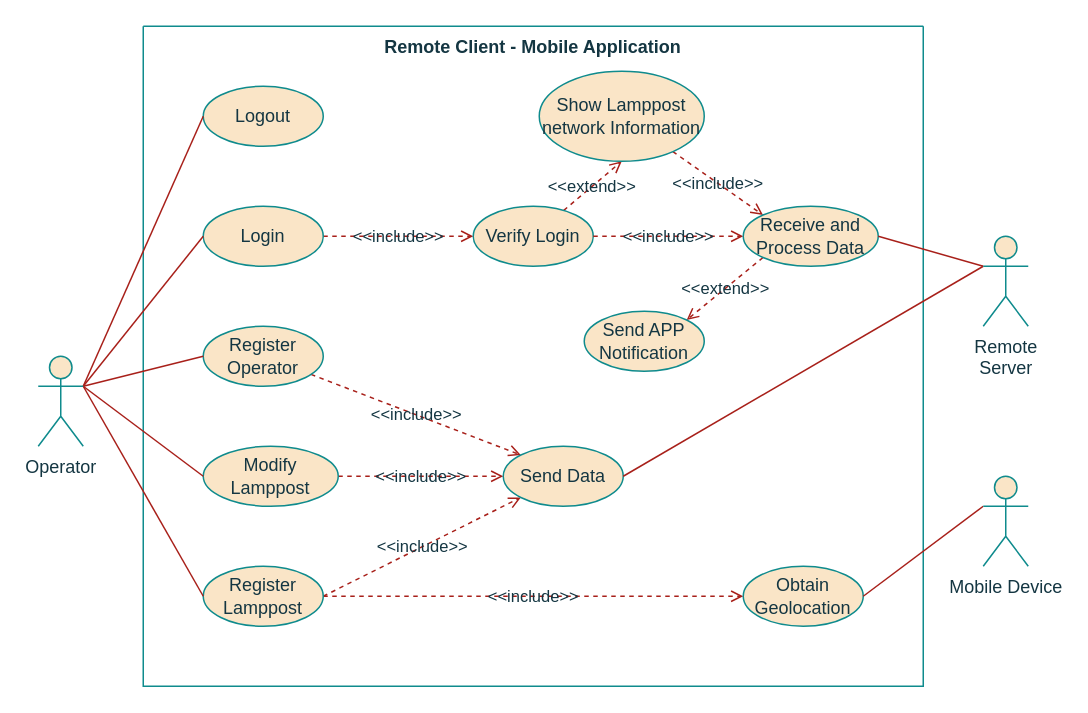
Before: page "AppSystem_UseCases" (1 of 6) of project/report/flowcharts/RemoteSystem.drawio in ESRGgroup9/slipad, a draw.io diagram. Source tidied: cells renumbered, new cells numbered last; positions are measured from the earlier drawing's top-left corner, leaving out a move shared by most shapes. Both pictures are drawn from the tidied source at 150%, with x=0, y=0 at pixel (38, 26).
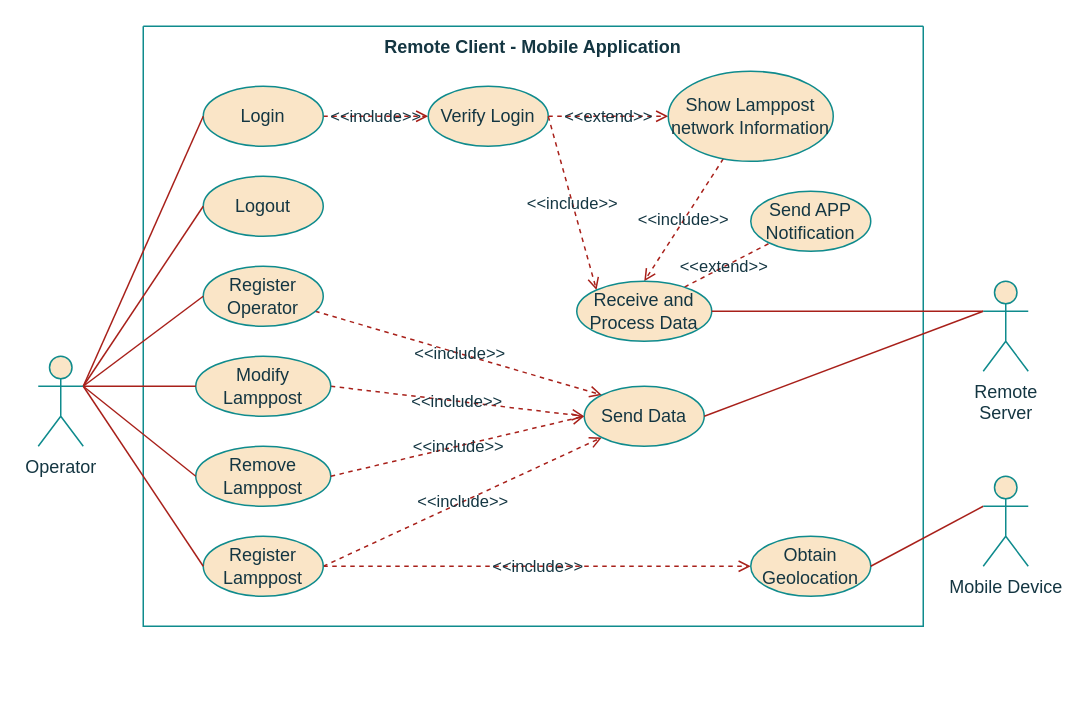
The same diagram, later.

Unchanged cells that the change refers to:
```xml
<mxCell id="30" value="Operator" style="shape=umlActor;verticalLabelPosition=bottom;verticalAlign=top;html=1;outlineConnect=0;fillColor=#FAE5C7;strokeColor=#0F8B8D;fontColor=#143642;" parent="1" vertex="1">
  <mxGeometry y="220" width="30" height="60" as="geometry" />
</mxCell>
```

The edit, as a diff of the source:
```diff
@@
     <mxCell id="2" value="Remote Client - Mobile Application " style="swimlane;startSize=0;verticalAlign=top;fillColor=#FAE5C7;strokeColor=#0F8B8D;fontColor=#143642;" parent="1" vertex="1">
-      <mxGeometry x="70" width="520" height="440" as="geometry" />
+      <mxGeometry x="70" width="520" height="400" as="geometry" />
     </mxCell>
-    <mxCell id="3" value="&amp;lt;&amp;lt;include&amp;gt;&amp;gt;" style="edgeStyle=none;rounded=0;jettySize=auto;html=1;entryX=0;entryY=0.5;entryDx=0;entryDy=0;dashed=1;endArrow=open;endFill=0;labelBackgroundColor=none;strokeColor=#A8201A;fontColor=#143642;" parent="2" edge="1" source="4" target="16">
+    <mxCell id="3" value="&amp;lt;&amp;lt;include&amp;gt;&amp;gt;" style="edgeStyle=none;rounded=0;jettySize=auto;html=1;entryX=0;entryY=0.5;entryDx=0;entryDy=0;dashed=1;endArrow=open;endFill=0;labelBackgroundColor=none;strokeColor=#A8201A;fontColor=#143642;exitX=1;exitY=0.5;exitDx=0;exitDy=0;" parent="2" edge="1" source="5" target="16">
       <mxGeometry relative="1" as="geometry" />
     </mxCell>
-    <mxCell id="4" value="Login" style="ellipse;whiteSpace=wrap;html=1;fillColor=#FAE5C7;strokeColor=#0F8B8D;fontColor=#143642;" parent="2" vertex="1">
-      <mxGeometry x="40" y="120" width="80" height="40" as="geometry" />
+    <mxCell id="4" value="Logout" style="ellipse;whiteSpace=wrap;html=1;fillColor=#FAE5C7;strokeColor=#0F8B8D;fontColor=#143642;" parent="2" vertex="1">
+      <mxGeometry x="40" y="100" width="80" height="40" as="geometry" />
     </mxCell>
-    <mxCell id="5" value="Logout" style="ellipse;whiteSpace=wrap;html=1;fillColor=#FAE5C7;strokeColor=#0F8B8D;fontColor=#143642;" parent="2" vertex="1">
+    <mxCell id="5" value="Login" style="ellipse;whiteSpace=wrap;html=1;fillColor=#FAE5C7;strokeColor=#0F8B8D;fontColor=#143642;" parent="2" vertex="1">
       <mxGeometry x="40" y="40" width="80" height="40" as="geometry" />
     </mxCell>
@@
     <mxCell id="7" value="Register Operator" style="ellipse;whiteSpace=wrap;html=1;fillColor=#FAE5C7;strokeColor=#0F8B8D;fontColor=#143642;" parent="2" vertex="1">
-      <mxGeometry x="40" y="200" width="80" height="40" as="geometry" />
+      <mxGeometry x="40" y="160" width="80" height="40" as="geometry" />
     </mxCell>
@@
     <mxCell id="9" value="&lt;div&gt;Modify Lamppost&lt;br&gt;&lt;/div&gt;" style="ellipse;whiteSpace=wrap;html=1;fillColor=#FAE5C7;strokeColor=#0F8B8D;fontColor=#143642;" parent="2" vertex="1">
-      <mxGeometry x="40" y="280" width="90" height="40" as="geometry" />
+      <mxGeometry x="35" y="220" width="90" height="40" as="geometry" />
     </mxCell>
     <mxCell id="10" value="&amp;lt;&amp;lt;include&amp;gt;&amp;gt;" style="edgeStyle=none;rounded=0;jettySize=auto;html=1;entryX=0;entryY=0.5;entryDx=0;entryDy=0;dashed=1;endArrow=open;endFill=0;labelBackgroundColor=none;strokeColor=#A8201A;fontColor=#143642;" parent="2" edge="1" source="12" target="13">
-      <mxGeometry relative="1" as="geometry">
-        <Array as="points">
-          <mxPoint x="180" y="380" />
-        </Array>
-      </mxGeometry>
+      <mxGeometry relative="1" as="geometry" />
     </mxCell>
@@
     <mxCell id="12" value="&lt;div&gt;Register Lamppost&lt;br&gt;&lt;/div&gt;" style="ellipse;whiteSpace=wrap;html=1;fillColor=#FAE5C7;strokeColor=#0F8B8D;fontColor=#143642;" parent="2" vertex="1">
-      <mxGeometry x="40" y="360" width="80" height="40" as="geometry" />
+      <mxGeometry x="40" y="340" width="80" height="40" as="geometry" />
     </mxCell>
     <mxCell id="13" value="Obtain Geolocation" style="ellipse;whiteSpace=wrap;html=1;fillColor=#FAE5C7;strokeColor=#0F8B8D;fontColor=#143642;" parent="2" vertex="1">
-      <mxGeometry x="400" y="360" width="80" height="40" as="geometry" />
+      <mxGeometry x="405" y="340" width="80" height="40" as="geometry" />
     </mxCell>
     <mxCell id="14" value="Send Data" style="ellipse;whiteSpace=wrap;html=1;fillColor=#FAE5C7;strokeColor=#0F8B8D;fontColor=#143642;" parent="2" vertex="1">
-      <mxGeometry x="240" y="280" width="80" height="40" as="geometry" />
+      <mxGeometry x="294" y="240" width="80" height="40" as="geometry" />
     </mxCell>
-    <mxCell id="15" value="&amp;lt;&amp;lt;extend&amp;gt;&amp;gt;" style="edgeStyle=none;rounded=0;jettySize=auto;html=1;entryX=0.5;entryY=1;entryDx=0;entryDy=0;dashed=1;endArrow=open;endFill=0;labelBackgroundColor=none;strokeColor=#A8201A;fontColor=#143642;" parent="2" edge="1" source="16" target="18">
+    <mxCell id="15" value="&amp;lt;&amp;lt;extend&amp;gt;&amp;gt;" style="edgeStyle=none;rounded=0;jettySize=auto;html=1;entryX=0;entryY=0.5;entryDx=0;entryDy=0;dashed=1;endArrow=open;endFill=0;labelBackgroundColor=none;strokeColor=#A8201A;fontColor=#143642;" parent="2" edge="1" source="16" target="18">
       <mxGeometry relative="1" as="geometry" />
     </mxCell>
     <mxCell id="16" value="Verify Login" style="ellipse;whiteSpace=wrap;html=1;fillColor=#FAE5C7;strokeColor=#0F8B8D;fontColor=#143642;" parent="2" vertex="1">
-      <mxGeometry x="220" y="120" width="80" height="40" as="geometry" />
+      <mxGeometry x="190" y="40" width="80" height="40" as="geometry" />
     </mxCell>
-    <mxCell id="17" value="&amp;lt;&amp;lt;include&amp;gt;&amp;gt;" style="edgeStyle=none;rounded=0;jettySize=auto;html=1;entryX=0;entryY=0;entryDx=0;entryDy=0;dashed=1;endArrow=open;endFill=0;labelBackgroundColor=none;strokeColor=#A8201A;fontColor=#143642;" parent="2" edge="1" source="18" target="21">
+    <mxCell id="17" value="&amp;lt;&amp;lt;include&amp;gt;&amp;gt;" style="edgeStyle=none;rounded=0;jettySize=auto;html=1;entryX=0.5;entryY=0;entryDx=0;entryDy=0;dashed=1;endArrow=open;endFill=0;labelBackgroundColor=none;strokeColor=#A8201A;fontColor=#143642;" parent="2" edge="1" source="18" target="21">
       <mxGeometry relative="1" as="geometry" />
     </mxCell>
     <mxCell id="18" value="Show Lamppost network Information" style="ellipse;whiteSpace=wrap;html=1;fillColor=#FAE5C7;strokeColor=#0F8B8D;fontColor=#143642;" parent="2" vertex="1">
-      <mxGeometry x="264" y="30" width="110" height="60" as="geometry" />
+      <mxGeometry x="350" y="30" width="110" height="60" as="geometry" />
     </mxCell>
-    <mxCell id="19" value="&amp;lt;&amp;lt;include&amp;gt;&amp;gt;" style="edgeStyle=none;rounded=0;jettySize=auto;html=1;dashed=1;exitX=1;exitY=0.5;exitDx=0;exitDy=0;entryX=0;entryY=0.5;entryDx=0;entryDy=0;endArrow=open;endFill=0;labelBackgroundColor=none;strokeColor=#A8201A;fontColor=#143642;" parent="2" edge="1" source="16" target="21">
+    <mxCell id="19" value="&amp;lt;&amp;lt;include&amp;gt;&amp;gt;" style="edgeStyle=none;rounded=0;jettySize=auto;html=1;dashed=1;exitX=1;exitY=0.5;exitDx=0;exitDy=0;entryX=0;entryY=0;entryDx=0;entryDy=0;endArrow=open;endFill=0;labelBackgroundColor=none;strokeColor=#A8201A;fontColor=#143642;" parent="2" edge="1" source="16" target="21">
       <mxGeometry relative="1" as="geometry" />
     </mxCell>
@@
     <mxCell id="21" value="Receive and Process Data" style="ellipse;whiteSpace=wrap;html=1;fillColor=#FAE5C7;strokeColor=#0F8B8D;fontColor=#143642;" parent="2" vertex="1">
-      <mxGeometry x="400" y="120" width="90" height="40" as="geometry" />
+      <mxGeometry x="289" y="170" width="90" height="40" as="geometry" />
     </mxCell>
     <mxCell id="22" value="Send APP Notification" style="ellipse;whiteSpace=wrap;html=1;fillColor=#FAE5C7;strokeColor=#0F8B8D;fontColor=#143642;" parent="2" vertex="1">
-      <mxGeometry x="294" y="190" width="80" height="40" as="geometry" />
+      <mxGeometry x="405" y="110" width="80" height="40" as="geometry" />
     </mxCell>
+    <mxCell id="34" value="&lt;div&gt;Remove Lamppost&lt;br&gt;&lt;/div&gt;" style="ellipse;whiteSpace=wrap;html=1;fillColor=#FAE5C7;strokeColor=#0F8B8D;fontColor=#143642;" parent="2" vertex="1">
+      <mxGeometry x="35" y="280" width="90" height="40" as="geometry" />
+    </mxCell>
+    <mxCell id="35" value="&amp;lt;&amp;lt;include&amp;gt;&amp;gt;" style="edgeStyle=none;rounded=0;jettySize=auto;html=1;entryX=0;entryY=0.5;entryDx=0;entryDy=0;dashed=1;exitX=1;exitY=0.5;exitDx=0;exitDy=0;endArrow=open;endFill=0;labelBackgroundColor=none;strokeColor=#A8201A;fontColor=#143642;" parent="2" edge="1" source="34" target="14">
+      <mxGeometry relative="1" as="geometry" />
+    </mxCell>
@@
     <mxCell id="33" value="&lt;div&gt;Remote &lt;br&gt;&lt;/div&gt;&lt;div&gt;Server&lt;/div&gt;" style="shape=umlActor;verticalLabelPosition=bottom;verticalAlign=top;html=1;outlineConnect=0;fillColor=#FAE5C7;strokeColor=#0F8B8D;fontColor=#143642;" parent="1" vertex="1">
-      <mxGeometry x="630" y="140" width="30" height="60" as="geometry" />
+      <mxGeometry x="630" y="170" width="30" height="60" as="geometry" />
     </mxCell>
+    <mxCell id="36" style="edgeStyle=none;rounded=0;jettySize=auto;html=1;exitX=1;exitY=0.3333333333333333;exitDx=0;exitDy=0;exitPerimeter=0;entryX=0;entryY=0.5;entryDx=0;entryDy=0;endArrow=none;endFill=0;labelBackgroundColor=#DAD2D8;strokeColor=#A8201A;fontColor=#143642;" parent="1" edge="1" source="30" target="34">
+      <mxGeometry relative="1" as="geometry" />
+    </mxCell>
```
